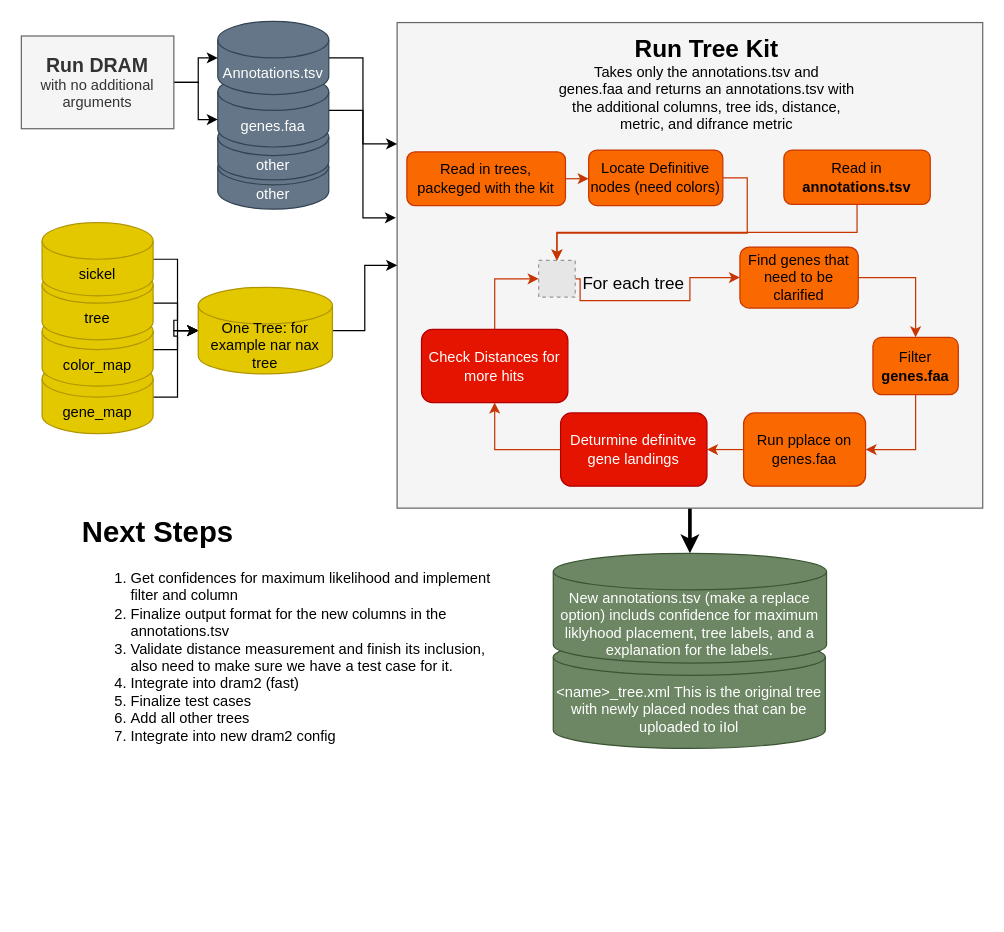
The draw.io diagram docs/figs/tree_kit_fig.drawio in rmFlynn/DRAM_Trees, before the edit. Source tidied: cells renumbered, new cells numbered last; positions are measured from the earlier drawing's top-left corner, leaving out a move shared by most shapes. Both pictures are drawn from the tidied source at 122%, with x=0, y=0 at pixel (21, 21). Pictures stored in the file or linked from it are replaced by grey dashed boxes.
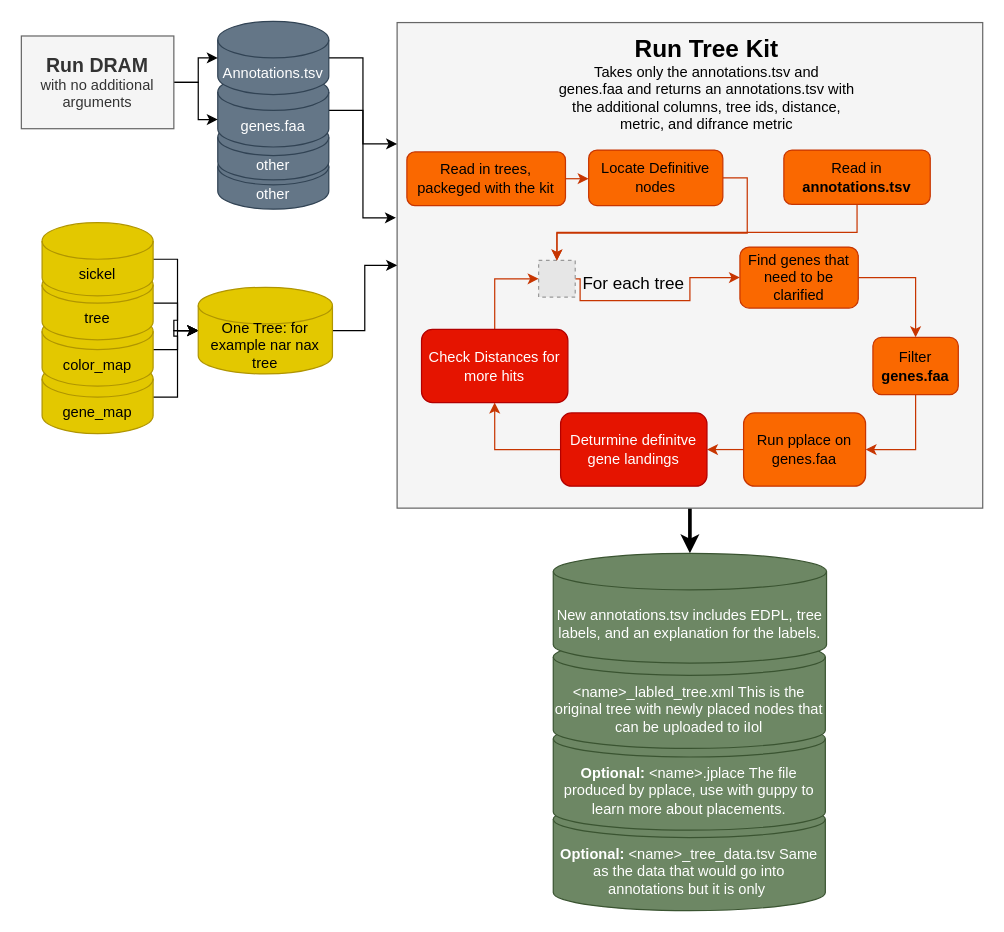
After the change.

What changed in the source:
```diff
@@
+    <mxCell id="46" value="&lt;b&gt;Optional: &lt;/b&gt;&amp;lt;name&amp;gt;_tree_data.tsv Same as the data that would go into annotations but it is only&amp;nbsp; " style="shape=cylinder3;whiteSpace=wrap;html=1;boundedLbl=1;backgroundOutline=1;size=15;fillColor=#6d8764;fontColor=#ffffff;strokeColor=#3A5431;" parent="1" vertex="1">
+      <mxGeometry x="436" y="639" width="223" height="90" as="geometry" />
+    </mxCell>
+    <mxCell id="47" value="&lt;b&gt;Optional: &lt;/b&gt;&amp;lt;name&amp;gt;.jplace The file produced by pplace, use with guppy to learn more about placements." style="shape=cylinder3;whiteSpace=wrap;html=1;boundedLbl=1;backgroundOutline=1;size=15;fillColor=#6d8764;fontColor=#ffffff;strokeColor=#3A5431;" parent="1" vertex="1">
+      <mxGeometry x="436" y="573" width="223" height="90" as="geometry" />
+    </mxCell>
-    <mxCell id="2" value="&amp;lt;name&amp;gt;_tree.xml This is the original tree with newly placed nodes that can be uploaded to iIol" style="shape=cylinder3;whiteSpace=wrap;html=1;boundedLbl=1;backgroundOutline=1;size=15;fillColor=#6d8764;fontColor=#ffffff;strokeColor=#3A5431;" parent="1" vertex="1">
+    <mxCell id="2" value="&amp;lt;name&amp;gt;_labled_tree.xml This is the original tree with newly placed nodes that can be uploaded to iIol" style="shape=cylinder3;whiteSpace=wrap;html=1;boundedLbl=1;backgroundOutline=1;size=15;fillColor=#6d8764;fontColor=#ffffff;strokeColor=#3A5431;" parent="1" vertex="1">
       <mxGeometry x="436" y="506" width="223" height="90" as="geometry" />
     </mxCell>
@@
-    <mxCell id="28" value="Locate Definitive nodes (need colors)" style="rounded=1;whiteSpace=wrap;html=1;fontSize=12;fillColor=#fa6800;fontColor=#000000;strokeColor=#C73500;" parent="1" vertex="1">
+    <mxCell id="28" value="Locate Definitive nodes" style="rounded=1;whiteSpace=wrap;html=1;fontSize=12;fillColor=#fa6800;fontColor=#000000;strokeColor=#C73500;" parent="1" vertex="1">
       <mxGeometry x="465" y="105.5" width="110" height="45.5" as="geometry" />
     </mxCell>
@@
-    <mxCell id="33" value="New annotations.tsv (make a replace option) includs confidence for maximum liklyhood placement, tree labels, and a explanation for the labels. " style="shape=cylinder3;whiteSpace=wrap;html=1;boundedLbl=1;backgroundOutline=1;size=15;fillColor=#6d8764;fontColor=#ffffff;strokeColor=#3A5431;" parent="1" vertex="1">
+    <mxCell id="33" value="New annotations.tsv includes EDPL, tree labels, and an explanation for the labels. " style="shape=cylinder3;whiteSpace=wrap;html=1;boundedLbl=1;backgroundOutline=1;size=15;fillColor=#6d8764;fontColor=#ffffff;strokeColor=#3A5431;" parent="1" vertex="1">
       <mxGeometry x="436" y="436" width="224" height="90" as="geometry" />
     </mxCell>
@@
-    <mxCell id="45" value="&lt;h1&gt;Next Steps&lt;br&gt;&lt;/h1&gt;&lt;ol&gt;&lt;li&gt;Get confidences for maximum likelihood and implement filter and column&lt;br&gt;&lt;/li&gt;&lt;li&gt;Finalize output format for the new columns in the annotations.tsv&lt;/li&gt;&lt;li&gt;Validate distance measurement and finish its inclusion, also need to make sure we have a test case for it.&lt;br&gt;&lt;/li&gt;&lt;li&gt;Integrate into dram2 (fast)&lt;/li&gt;&lt;li&gt;Finalize test cases&lt;/li&gt;&lt;li&gt;Add all other trees&lt;/li&gt;&lt;li&gt;Integrate into new dram2 config&lt;br&gt;&lt;/li&gt;&lt;/ol&gt;" style="text;html=1;strokeColor=none;fillColor=none;spacing=5;spacingTop=-20;whiteSpace=wrap;overflow=hidden;rounded=0;direction=east;" parent="1" vertex="1">
-      <mxGeometry x="45" y="399" width="360" height="260" as="geometry" />
-    </mxCell>
```
